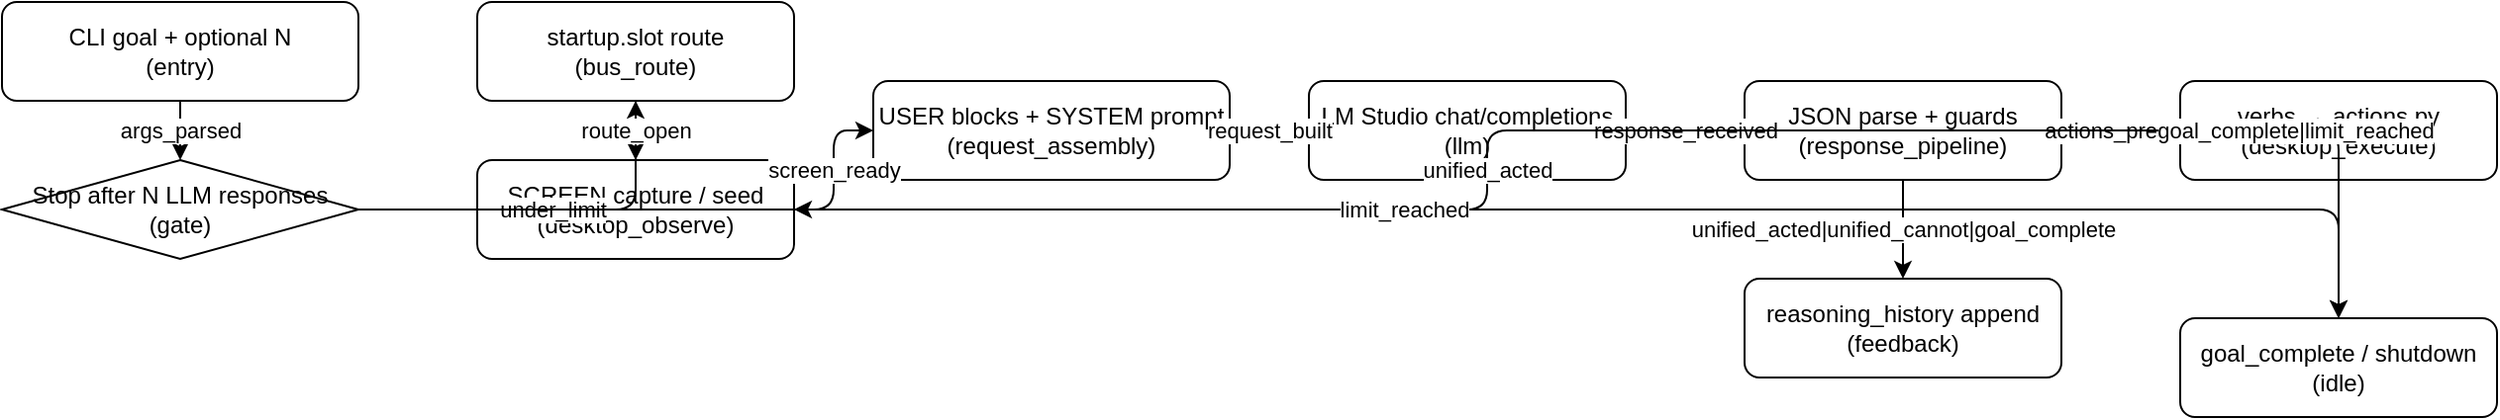
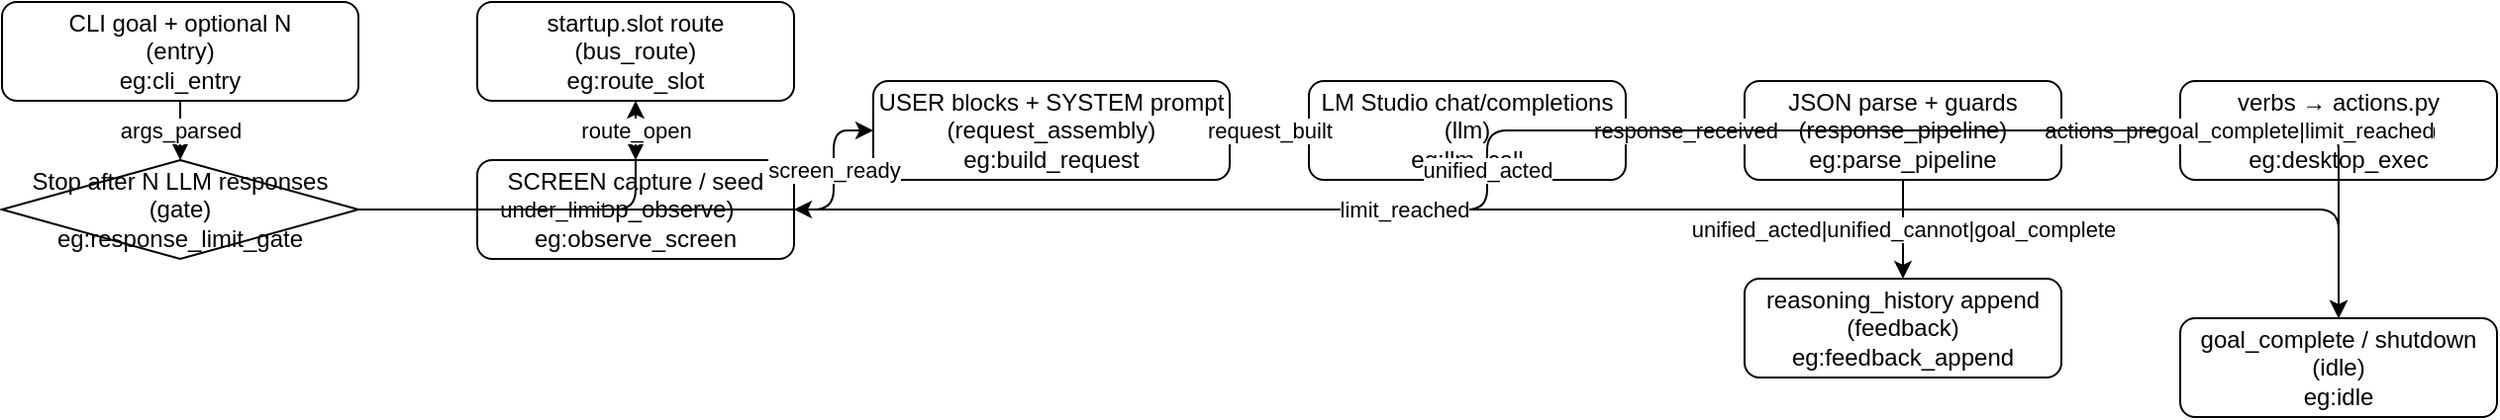
<?xml version="1.0" encoding="UTF-8"?>
- <mxfile host="endgame-ai">
-   <diagram name="wiring-topology">
+ <mxfile host="endgame-ai" agent="endgame-topology/v1" version="1.0" type="device">
+   <diagram id="topology" name="topology">
    <mxGraphModel dx="1200" dy="800" grid="1" gridSize="10">
      <root>
        <mxCell id="0" />
        <mxCell id="1" parent="0" />
-         <mxCell id="2" value="CLI goal + optional N&#10;(entry)" style="rounded=1;whiteSpace=wrap;html=1;" vertex="1" parent="1">
+         <mxCell id="2" value="CLI goal + optional N&#10;(entry)&#10;eg:cli_entry" style="rounded=1;whiteSpace=wrap;html=1;" vertex="1" parent="1">
          <mxGeometry x="40" y="40" width="180" height="50" as="geometry" />
        </mxCell>
-         <mxCell id="3" value="Stop after N LLM responses&#10;(gate)" style="rhombus;whiteSpace=wrap;html=1;" vertex="1" parent="1">
+         <mxCell id="3" value="Stop after N LLM responses&#10;(gate)&#10;eg:response_limit_gate" style="rhombus;whiteSpace=wrap;html=1;" vertex="1" parent="1">
          <mxGeometry x="40" y="120" width="180" height="50" as="geometry" />
        </mxCell>
-         <mxCell id="4" value="startup.slot route&#10;(bus_route)" style="rounded=1;whiteSpace=wrap;html=1;" vertex="1" parent="1">
+         <mxCell id="4" value="startup.slot route&#10;(bus_route)&#10;eg:route_slot" style="rounded=1;whiteSpace=wrap;html=1;" vertex="1" parent="1">
          <mxGeometry x="280" y="40" width="160" height="50" as="geometry" />
        </mxCell>
-         <mxCell id="5" value="SCREEN capture / seed&#10;(desktop_observe)" style="rounded=1;whiteSpace=wrap;html=1;" vertex="1" parent="1">
+         <mxCell id="5" value="SCREEN capture / seed&#10;(desktop_observe)&#10;eg:observe_screen" style="rounded=1;whiteSpace=wrap;html=1;" vertex="1" parent="1">
          <mxGeometry x="280" y="120" width="160" height="50" as="geometry" />
        </mxCell>
-         <mxCell id="6" value="USER blocks + SYSTEM prompt&#10;(request_assembly)" style="rounded=1;whiteSpace=wrap;html=1;" vertex="1" parent="1">
+         <mxCell id="6" value="USER blocks + SYSTEM prompt&#10;(request_assembly)&#10;eg:build_request" style="rounded=1;whiteSpace=wrap;html=1;" vertex="1" parent="1">
          <mxGeometry x="480" y="80" width="180" height="50" as="geometry" />
        </mxCell>
-         <mxCell id="7" value="LM Studio chat/completions&#10;(llm)" style="rounded=1;whiteSpace=wrap;html=1;" vertex="1" parent="1">
+         <mxCell id="7" value="LM Studio chat/completions&#10;(llm)&#10;eg:llm_call" style="rounded=1;whiteSpace=wrap;html=1;" vertex="1" parent="1">
          <mxGeometry x="700" y="80" width="160" height="50" as="geometry" />
        </mxCell>
-         <mxCell id="8" value="JSON parse + guards&#10;(response_pipeline)" style="rounded=1;whiteSpace=wrap;html=1;" vertex="1" parent="1">
+         <mxCell id="8" value="JSON parse + guards&#10;(response_pipeline)&#10;eg:parse_pipeline" style="rounded=1;whiteSpace=wrap;html=1;" vertex="1" parent="1">
          <mxGeometry x="920" y="80" width="160" height="50" as="geometry" />
        </mxCell>
-         <mxCell id="9" value="reasoning_history append&#10;(feedback)" style="rounded=1;whiteSpace=wrap;html=1;" vertex="1" parent="1">
+         <mxCell id="9" value="reasoning_history append&#10;(feedback)&#10;eg:feedback_append" style="rounded=1;whiteSpace=wrap;html=1;" vertex="1" parent="1">
          <mxGeometry x="920" y="180" width="160" height="50" as="geometry" />
        </mxCell>
-         <mxCell id="10" value="verbs → actions.py&#10;(desktop_execute)" style="rounded=1;whiteSpace=wrap;html=1;" vertex="1" parent="1">
+         <mxCell id="10" value="verbs → actions.py&#10;(desktop_execute)&#10;eg:desktop_exec" style="rounded=1;whiteSpace=wrap;html=1;" vertex="1" parent="1">
          <mxGeometry x="1140" y="80" width="160" height="50" as="geometry" />
        </mxCell>
-         <mxCell id="11" value="goal_complete / shutdown&#10;(idle)" style="rounded=1;whiteSpace=wrap;html=1;" vertex="1" parent="1">
+         <mxCell id="11" value="goal_complete / shutdown&#10;(idle)&#10;eg:idle" style="rounded=1;whiteSpace=wrap;html=1;" vertex="1" parent="1">
          <mxGeometry x="1140" y="200" width="160" height="50" as="geometry" />
        </mxCell>
        <mxCell id="12" value="args_parsed" style="edgeStyle=orthogonalEdgeStyle;html=1;" edge="1" parent="1" source="2" target="3">
          <mxGeometry relative="1" as="geometry" />
        </mxCell>
        <mxCell id="13" value="under_limit" style="edgeStyle=orthogonalEdgeStyle;html=1;" edge="1" parent="1" source="3" target="4">
          <mxGeometry relative="1" as="geometry" />
        </mxCell>
        <mxCell id="14" value="route_open" style="edgeStyle=orthogonalEdgeStyle;html=1;" edge="1" parent="1" source="4" target="5">
          <mxGeometry relative="1" as="geometry" />
        </mxCell>
        <mxCell id="15" value="screen_ready" style="edgeStyle=orthogonalEdgeStyle;html=1;" edge="1" parent="1" source="5" target="6">
          <mxGeometry relative="1" as="geometry" />
        </mxCell>
        <mxCell id="16" value="request_built" style="edgeStyle=orthogonalEdgeStyle;html=1;" edge="1" parent="1" source="6" target="7">
          <mxGeometry relative="1" as="geometry" />
        </mxCell>
        <mxCell id="17" value="response_received" style="edgeStyle=orthogonalEdgeStyle;html=1;" edge="1" parent="1" source="7" target="8">
          <mxGeometry relative="1" as="geometry" />
        </mxCell>
        <mxCell id="18" value="unified_acted|unified_cannot|goal_complete" style="edgeStyle=orthogonalEdgeStyle;html=1;" edge="1" parent="1" source="8" target="9">
          <mxGeometry relative="1" as="geometry" />
        </mxCell>
        <mxCell id="19" value="actions_present" style="edgeStyle=orthogonalEdgeStyle;html=1;" edge="1" parent="1" source="8" target="10">
          <mxGeometry relative="1" as="geometry" />
        </mxCell>
        <mxCell id="20" value="unified_acted" style="edgeStyle=orthogonalEdgeStyle;html=1;" edge="1" parent="1" source="10" target="5">
          <mxGeometry relative="1" as="geometry" />
        </mxCell>
        <mxCell id="21" value="goal_complete|limit_reached" style="edgeStyle=orthogonalEdgeStyle;html=1;" edge="1" parent="1" source="8" target="11">
          <mxGeometry relative="1" as="geometry" />
        </mxCell>
        <mxCell id="22" value="limit_reached" style="edgeStyle=orthogonalEdgeStyle;html=1;" edge="1" parent="1" source="3" target="11">
          <mxGeometry relative="1" as="geometry" />
        </mxCell>
      </root>
    </mxGraphModel>
  </diagram>
+   <diagram id="endgame-config" name="_config">
+     <mxGraphModel dx="800" dy="600" grid="1" gridSize="10">
+       <root>
+         <mxCell id="0" />
+         <mxCell id="1" parent="0" />
+         <mxCell id="2" value="endgame-json:ewogICJzY2hlbWEiOiAiZW5kZ2FtZS10b3BvbG9neS92MSIsCiAgImluc3RhbmNlIjogewogICAgInJvbGUiOiAibWFuYWdlciIKICB9LAogICJydW50aW1lIjogewogICAgImVudHJ5IjogInR1aSIsCiAgICAiZGVza3RvcCI6IHsKICAgICAgImVuYWJsZWQiOiB0cnVlCiAgICB9LAogICAgImNsaSI6IHsKICAgICAgImdvYWwiOiB7CiAgICAgICAgInR5cGUiOiAicG9zaXRpb25hbCIsCiAgICAgICAgIm5hcmdzIjogIioiLAogICAgICAgICJqb2luIjogIiAiCiAgICAgIH0sCiAgICAgICJyZXNwb25zZV9saW1pdCI6IHsKICAgICAgICAidHlwZSI6ICJ0cmFpbGluZ19wb3NpdGl2ZV9pbnQiLAogICAgICAgICJhZnRlciI6ICJnb2FsIiwKICAgICAgICAiZGVzY3JpcHRpb24iOiAiRXhpdCBhZnRlciBOIExMTSByZXNwb25zZXMgKHNtb2tlL2RlYnVnIG1vZGUpIgogICAgICB9LAogICAgICAibm9fZGVza3RvcCI6IHsKICAgICAgICAidHlwZSI6ICJmbGFnIiwKICAgICAgICAiZmxhZyI6ICItLW5vLWRlc2t0b3AiLAogICAgICAgICJzZXRzIjogewogICAgICAgICAgInJ1bnRpbWUuZGVza3RvcC5lbmFibGVkIjogZmFsc2UKICAgICAgICB9CiAgICAgIH0KICAgIH0KICB9LAogICJzdGFydHVwIjogewogICAgIm9uX2dvYWwiOiAicm91dGVfdG9fc2xvdCIsCiAgICAic2xvdCI6ICJpbXBsZW1lbnRvciIsCiAgICAiY2lyY3VpdCI6ICJ1bmlmaWVkIgogIH0sCiAgInRvcG9sb2d5IjogewogICAgIm5vZGVzIjogWwogICAgICB7CiAgICAgICAgImlkIjogImNsaV9lbnRyeSIsCiAgICAgICAgInR5cGUiOiAiZW50cnkiLAogICAgICAgICJsYWJlbCI6ICJDTEkgZ29hbCArIG9wdGlvbmFsIE4iLAogICAgICAgICJkcmF3aW8iOiB7CiAgICAgICAgICAieCI6IDQwLAogICAgICAgICAgInkiOiA0MCwKICAgICAgICAgICJ3IjogMTgwLAogICAgICAgICAgImgiOiA1MAogICAgICAgIH0KICAgICAgfSwKICAgICAgewogICAgICAgICJpZCI6ICJyZXNwb25zZV9saW1pdF9nYXRlIiwKICAgICAgICAidHlwZSI6ICJnYXRlIiwKICAgICAgICAibGFiZWwiOiAiU3RvcCBhZnRlciBOIExMTSByZXNwb25zZXMiLAogICAgICAgICJkcmF3aW8iOiB7CiAgICAgICAgICAieCI6IDQwLAogICAgICAgICAgInkiOiAxMjAsCiAgICAgICAgICAidyI6IDE4MCwKICAgICAgICAgICJoIjogNTAsCiAgICAgICAgICAic3R5bGUiOiAicmhvbWJ1czt3aGl0ZVNwYWNlPXdyYXA7aHRtbD0xOyIKICAgICAgICB9CiAgICAgIH0sCiAgICAgIHsKICAgICAgICAiaWQiOiAicm91dGVfc2xvdCIsCiAgICAgICAgInR5cGUiOiAiYnVzX3JvdXRlIiwKICAgICAgICAibGFiZWwiOiAic3RhcnR1cC5zbG90IHJvdXRlIiwKICAgICAgICAiZHJhd2lvIjogewogICAgICAgICAgIngiOiAyODAsCiAgICAgICAgICAieSI6IDQwLAogICAgICAgICAgInciOiAxNjAsCiAgICAgICAgICAiaCI6IDUwCiAgICAgICAgfQogICAgICB9LAogICAgICB7CiAgICAgICAgImlkIjogIm9ic2VydmVfc2NyZWVuIiwKICAgICAgICAidHlwZSI6ICJkZXNrdG9wX29ic2VydmUiLAogICAgICAgICJsYWJlbCI6ICJTQ1JFRU4gY2FwdHVyZSAvIHNlZWQiLAogICAgICAgICJkcmF3aW8iOiB7CiAgICAgICAgICAieCI6IDI4MCwKICAgICAgICAgICJ5IjogMTIwLAogICAgICAgICAgInciOiAxNjAsCiAgICAgICAgICAiaCI6IDUwCiAgICAgICAgfQogICAgICB9LAogICAgICB7CiAgICAgICAgImlkIjogImJ1aWxkX3JlcXVlc3QiLAogICAgICAgICJ0eXBlIjogInJlcXVlc3RfYXNzZW1ibHkiLAogICAgICAgICJsYWJlbCI6ICJVU0VSIGJsb2NrcyArIFNZU1RFTSBwcm9tcHQiLAogICAgICAgICJkcmF3aW8iOiB7CiAgICAgICAgICAieCI6IDQ4MCwKICAgICAgICAgICJ5IjogODAsCiAgICAgICAgICAidyI6IDE4MCwKICAgICAgICAgICJoIjogNTAKICAgICAgICB9CiAgICAgIH0sCiAgICAgIHsKICAgICAgICAiaWQiOiAibGxtX2NhbGwiLAogICAgICAgICJ0eXBlIjogImxsbSIsCiAgICAgICAgImxhYmVsIjogIkxNIFN0dWRpbyBjaGF0L2NvbXBsZXRpb25zIiwKICAgICAgICAiZHJhd2lvIjogewogICAgICAgICAgIngiOiA3MDAsCiAgICAgICAgICAieSI6IDgwLAogICAgICAgICAgInciOiAxNjAsCiAgICAgICAgICAiaCI6IDUwCiAgICAgICAgfQogICAgICB9LAogICAgICB7CiAgICAgICAgImlkIjogInBhcnNlX3BpcGVsaW5lIiwKICAgICAgICAidHlwZSI6ICJyZXNwb25zZV9waXBlbGluZSIsCiAgICAgICAgImxhYmVsIjogIkpTT04gcGFyc2UgKyBndWFyZHMiLAogICAgICAgICJkcmF3aW8iOiB7CiAgICAgICAgICAieCI6IDkyMCwKICAgICAgICAgICJ5IjogODAsCiAgICAgICAgICAidyI6IDE2MCwKICAgICAgICAgICJoIjogNTAKICAgICAgICB9CiAgICAgIH0sCiAgICAgIHsKICAgICAgICAiaWQiOiAiZmVlZGJhY2tfYXBwZW5kIiwKICAgICAgICAidHlwZSI6ICJmZWVkYmFjayIsCiAgICAgICAgImxhYmVsIjogInJlYXNvbmluZ19oaXN0b3J5IGFwcGVuZCIsCiAgICAgICAgImRyYXdpbyI6IHsKICAgICAgICAgICJ4IjogOTIwLAogICAgICAgICAgInkiOiAxODAsCiAgICAgICAgICAidyI6IDE2MCwKICAgICAgICAgICJoIjogNTAKICAgICAgICB9CiAgICAgIH0sCiAgICAgIHsKICAgICAgICAiaWQiOiAiZGVza3RvcF9leGVjIiwKICAgICAgICAidHlwZSI6ICJkZXNrdG9wX2V4ZWN1dGUiLAogICAgICAgICJsYWJlbCI6ICJ2ZXJicyDihpIgYWN0aW9ucy5weSIsCiAgICAgICAgImRyYXdpbyI6IHsKICAgICAgICAgICJ4IjogMTE0MCwKICAgICAgICAgICJ5IjogODAsCiAgICAgICAgICAidyI6IDE2MCwKICAgICAgICAgICJoIjogNTAKICAgICAgICB9CiAgICAgIH0sCiAgICAgIHsKICAgICAgICAiaWQiOiAiaWRsZSIsCiAgICAgICAgInR5cGUiOiAiaWRsZSIsCiAgICAgICAgImxhYmVsIjogImdvYWxfY29tcGxldGUgLyBzaHV0ZG93biIsCiAgICAgICAgImRyYXdpbyI6IHsKICAgICAgICAgICJ4IjogMTE0MCwKICAgICAgICAgICJ5IjogMjAwLAogICAgICAgICAgInciOiAxNjAsCiAgICAgICAgICAiaCI6IDUwCiAgICAgICAgfQogICAgICB9CiAgICBdLAogICAgImVkZ2VzIjogWwogICAgICB7CiAgICAgICAgImZyb20iOiAiY2xpX2VudHJ5IiwKICAgICAgICAidG8iOiAicmVzcG9uc2VfbGltaXRfZ2F0ZSIsCiAgICAgICAgIm9uIjogImFyZ3NfcGFyc2VkIgogICAgICB9LAogICAgICB7CiAgICAgICAgImZyb20iOiAicmVzcG9uc2VfbGltaXRfZ2F0ZSIsCiAgICAgICAgInRvIjogInJvdXRlX3Nsb3QiLAogICAgICAgICJvbiI6ICJ1bmRlcl9saW1pdCIKICAgICAgfSwKICAgICAgewogICAgICAgICJmcm9tIjogInJvdXRlX3Nsb3QiLAogICAgICAgICJ0byI6ICJvYnNlcnZlX3NjcmVlbiIsCiAgICAgICAgIm9uIjogInJvdXRlX29wZW4iCiAgICAgIH0sCiAgICAgIHsKICAgICAgICAiZnJvbSI6ICJvYnNlcnZlX3NjcmVlbiIsCiAgICAgICAgInRvIjogImJ1aWxkX3JlcXVlc3QiLAogICAgICAgICJvbiI6ICJzY3JlZW5fcmVhZHkiCiAgICAgIH0sCiAgICAgIHsKICAgICAgICAiZnJvbSI6ICJidWlsZF9yZXF1ZXN0IiwKICAgICAgICAidG8iOiAibGxtX2NhbGwiLAogICAgICAgICJvbiI6ICJyZXF1ZXN0X2J1aWx0IgogICAgICB9LAogICAgICB7CiAgICAgICAgImZyb20iOiAibGxtX2NhbGwiLAogICAgICAgICJ0byI6ICJwYXJzZV9waXBlbGluZSIsCiAgICAgICAgIm9uIjogInJlc3BvbnNlX3JlY2VpdmVkIgogICAgICB9LAogICAgICB7CiAgICAgICAgImZyb20iOiAicGFyc2VfcGlwZWxpbmUiLAogICAgICAgICJ0byI6ICJmZWVkYmFja19hcHBlbmQiLAogICAgICAgICJvbiI6ICJ1bmlmaWVkX2FjdGVkfHVuaWZpZWRfY2Fubm90fGdvYWxfY29tcGxldGUiCiAgICAgIH0sCiAgICAgIHsKICAgICAgICAiZnJvbSI6ICJwYXJzZV9waXBlbGluZSIsCiAgICAgICAgInRvIjogImRlc2t0b3BfZXhlYyIsCiAgICAgICAgIm9uIjogImFjdGlvbnNfcHJlc2VudCIKICAgICAgfSwKICAgICAgewogICAgICAgICJmcm9tIjogImRlc2t0b3BfZXhlYyIsCiAgICAgICAgInRvIjogIm9ic2VydmVfc2NyZWVuIiwKICAgICAgICAib24iOiAidW5pZmllZF9hY3RlZCIKICAgICAgfSwKICAgICAgewogICAgICAgICJmcm9tIjogInBhcnNlX3BpcGVsaW5lIiwKICAgICAgICAidG8iOiAiaWRsZSIsCiAgICAgICAgIm9uIjogImdvYWxfY29tcGxldGV8bGltaXRfcmVhY2hlZCIKICAgICAgfSwKICAgICAgewogICAgICAgICJmcm9tIjogInJlc3BvbnNlX2xpbWl0X2dhdGUiLAogICAgICAgICJ0byI6ICJpZGxlIiwKICAgICAgICAib24iOiAibGltaXRfcmVhY2hlZCIKICAgICAgfQogICAgXQogIH0sCiAgImxpbWl0cyI6IHsKICAgICJtYXhfYXR0ZW1wdHMiOiA1LAogICAgInJlYXNvbmluZ19oaXN0b3J5X2RlcHRoIjogMjAsCiAgICAiYnVzX21heF9yZWNvcmRzIjogMjAwLAogICAgImJ1c19jaGVja190aHJvdHRsZV9zIjogMywKICAgICJvYnNlcnZlX2ludGVydmFsX3MiOiAyCiAgfSwKICAic2xvdHMiOiB7CiAgICAiaW1wbGVtZW50b3IiOiB7CiAgICAgICJlbmFibGVkIjogdHJ1ZSwKICAgICAgImNhbl9kZXNrdG9wIjogdHJ1ZSwKICAgICAgIm1vZGUiOiAidW5pZmllZCIKICAgIH0KICB9LAogICJjaXJjdWl0cyI6IHsKICAgICJ1bmlmaWVkIjogewogICAgICAicHJvbXB0IjogInVuaWZpZWQudHh0IiwKICAgICAgInByb21wdF9zd2FwIjogWwogICAgICAgIHsKICAgICAgICAgICJ3aGVuIjogWwogICAgICAgICAgICAiTUFOQUdFUi5tZCIsCiAgICAgICAgICAgICJzdHVkZW50IGluc3RhbmNlIiwKICAgICAgICAgICAgInBlZXIgaW5zdGFuY2UiLAogICAgICAgICAgICAibWFuYWdlIHN0dWRlbnQiLAogICAgICAgICAgICAib3V0ZXIgY29udHJvbGxlciIsCiAgICAgICAgICAgICJsYXVuY2ggdGhlIHN0dWRlbnQiLAogICAgICAgICAgICAibGF1bmNoIHN0dWRlbnQiLAogICAgICAgICAgICAib3JjaGVzdHJhdGUgdGhlIHN0dWRlbnQiLAogICAgICAgICAgICAib3JjaGVzdHJhdGUgc3R1ZGVudCIsCiAgICAgICAgICAgICJydW4gYW5kIG1hbmFnZSIKICAgICAgICAgIF0sCiAgICAgICAgICAicHJvbXB0IjogIm1hbmFnZXIudHh0IgogICAgICAgIH0KICAgICAgXQogICAgfQogIH0sCiAgInJlcXVlc3QiOiB7CiAgICAidW5pZmllZCI6IHsKICAgICAgInN5c3RlbSI6IHsKICAgICAgICAic291cmNlIjogInByb21wdF9maWxlIiwKICAgICAgICAiZmlsZSI6ICJ1bmlmaWVkLnR4dCIsCiAgICAgICAgInN3YXBfcmVmIjogImNpcmN1aXRzLnVuaWZpZWQucHJvbXB0X3N3YXAiCiAgICAgIH0sCiAgICAgICJ1c2VyIjogewogICAgICAgICJzZXBhcmF0b3IiOiAiXG4iLAogICAgICAgICJibG9ja3MiOiBbCiAgICAgICAgICB7CiAgICAgICAgICAgICJpZCI6ICJnb2FsIiwKICAgICAgICAgICAgImxhYmVsIjogIkdPQUwiLAogICAgICAgICAgICAic291cmNlIjogInN0YXRlLmdvYWwiLAogICAgICAgICAgICAiYWx3YXlzIjogdHJ1ZQogICAgICAgICAgfSwKICAgICAgICAgIHsKICAgICAgICAgICAgImlkIjogInNjcmVlbiIsCiAgICAgICAgICAgICJsYWJlbCI6ICJTQ1JFRU4iLAogICAgICAgICAgICAic291cmNlIjogInN0YXRlLnNjcmVlbiIsCiAgICAgICAgICAgICJlbXB0eV90ZW1wbGF0ZSI6ICIobm8gU0NSRUVOIGNhcHR1cmVkIOKAlCBhc3N1bWUgYmFyZSBXaW5kb3dzIGRlc2t0b3A7IFJ1biBkaWFsb2cgbm90IHZpc2libGU7IG5vIGFwcGxpY2F0aW9uIHdpbmRvd3Mgb3BlbikiCiAgICAgICAgICB9LAogICAgICAgICAgewogICAgICAgICAgICAiaWQiOiAibGFzdF9lcnJvciIsCiAgICAgICAgICAgICJsYWJlbCI6ICJMQVNUIEVSUk9SIiwKICAgICAgICAgICAgInNvdXJjZSI6ICJzdGF0ZS5sYXN0X2Vycm9yIgogICAgICAgICAgfSwKICAgICAgICAgIHsKICAgICAgICAgICAgImlkIjogImxhc3RfcmVhc29uaW5nIiwKICAgICAgICAgICAgImxhYmVsIjogIkxBU1QgUkVBU09OSU5HIiwKICAgICAgICAgICAgInNvdXJjZSI6ICJzdGF0ZS5sYXN0X3JlYXNvbmluZyIKICAgICAgICAgIH0sCiAgICAgICAgICB7CiAgICAgICAgICAgICJpZCI6ICJ3b3Jrc3BhY2UiLAogICAgICAgICAgICAibGFiZWwiOiAiV09SS1NQQUNFIiwKICAgICAgICAgICAgInNvdXJjZSI6ICJzdGF0ZS53b3Jrc3BhY2UiLAogICAgICAgICAgICAiZXhlY3V0b3JfcHJlZml4IjogIk1PREU6IGV4ZWN1dG9yIOKAlCBhY3Qgb24gVEhJUyBkZXNrdG9wIHlvdXJzZWxmOyBkbyBub3QgZGVsZWdhdGUiLAogICAgICAgICAgICAibWFuYWdlcl9wcmVmaXgiOiAiUk9MRToge3JvbGV9IOKAlCBvcmNoZXN0cmF0ZSBwZWVyIG9uIGRlc2t0b3AgKG1hbmFnZXIgcHJvbXB0IGFjdGl2ZSkiCiAgICAgICAgICB9CiAgICAgICAgXQogICAgICB9CiAgICB9CiAgfSwKICAicmVzcG9uc2UiOiB7CiAgICAidW5pZmllZCI6IHsKICAgICAgInBpcGVsaW5lIjogWwogICAgICAgIHsKICAgICAgICAgICJzdGVwIjogInBhcnNlX2pzb24iLAogICAgICAgICAgImZyb20iOiBbCiAgICAgICAgICAgICJjb250ZW50IiwKICAgICAgICAgICAgInJlYXNvbmluZ19jb250ZW50IgogICAgICAgICAgXSwKICAgICAgICAgICJvbl9mYWlsIjogInVuaWZpZWRfZXJyb3IiLAogICAgICAgICAgImVycm9yIjogInBhcnNlX2ZhaWxlZDogcmVzcG9uZCB3aXRoIEpTT04gb25seSwgbm8gcHJvc2UiCiAgICAgICAgfSwKICAgICAgICB7CiAgICAgICAgICAic3RlcCI6ICJleHRyYWN0X2ZpZWxkcyIsCiAgICAgICAgICAib25fZmFpbCI6ICJ1bmlmaWVkX2Vycm9yIgogICAgICAgIH0sCiAgICAgICAgewogICAgICAgICAgInN0ZXAiOiAiYnJhbmNoX2NvbmNsdXNpb24iCiAgICAgICAgfQogICAgICBdLAogICAgICAiZ3VhcmRzIjogewogICAgICAgICJwcmVtYXR1cmVfZG9uZSI6IHsKICAgICAgICAgICJnb2FsX2tleXdvcmRzIjogWwogICAgICAgICAgICAidHlwZSIsCiAgICAgICAgICAgICJ3cml0ZSIsCiAgICAgICAgICAgICJlbnRlciB0ZXh0IgogICAgICAgICAgXSwKICAgICAgICAgICJyZXF1aXJlZF9vdXRjb21lcyI6IFsKICAgICAgICAgICAgIndyaXRlIiwKICAgICAgICAgICAgInR5cGVkIgogICAgICAgICAgXSwKICAgICAgICAgICJvdmVycmlkZV9vdXRjb21lIjogIlNZU1RFTTogZ29hbCByZXF1aXJlcyB0eXBpbmcgYnV0IG5vIHdyaXRlIHdhcyBkb25lIHlldCIKICAgICAgICB9LAogICAgICAgICJyZXBlYXRfYmxvY2siOiB7CiAgICAgICAgICAiYmxvY2tfaWZfb3V0Y29tZV9jb250YWlucyI6ICJPSyIKICAgICAgICB9LAogICAgICAgICJhZHZhbmNlX2hpbnRzIjogWwogICAgICAgICAgewogICAgICAgICAgICAidmVyYiI6ICJob3RrZXkiLAogICAgICAgICAgICAidGFyZ2V0X2NvbnRhaW5zIjogWwogICAgICAgICAgICAgICJ3aW4iCiAgICAgICAgICAgIF0sCiAgICAgICAgICAgICJzY3JlZW5fY29udGFpbnMiOiBbCiAgICAgICAgICAgICAgInJ1biIsCiAgICAgICAgICAgICAgImNvbWJvIGJveCBcIm9wZW4iLAogICAgICAgICAgICAgICJvcGVuOiIKICAgICAgICAgICAgXSwKICAgICAgICAgICAgImhpbnQiOiAiTkVYVCBSRVFVSVJFRDogd3JpdGUgQVBQTElDQVRJT04gTkFNRSAoZS5nLiBjaHJvbWUpIGludG8gUnVuIE9wZW4gZmllbGQg4oCUIE5PVCBob3RrZXkgYWdhaW4iCiAgICAgICAgICB9LAogICAgICAgICAgewogICAgICAgICAgICAidmVyYiI6ICJob3RrZXkiLAogICAgICAgICAgICAidGFyZ2V0X2NvbnRhaW5zIjogWwogICAgICAgICAgICAgICJ3aW4iCiAgICAgICAgICAgIF0sCiAgICAgICAgICAgICJoaW50IjogIk5FWFQgUkVRVUlSRUQ6IHdyaXRlIGFwcCBuYW1lIGludG8gUnVuIE9wZW4gZmllbGQgb3IgZm9jdXMgZXhpc3Rpbmcgd2luZG93IGZyb20gU0NSRUVOIgogICAgICAgICAgfSwKICAgICAgICAgIHsKICAgICAgICAgICAgInZlcmIiOiAid3JpdGUiLAogICAgICAgICAgICAic2NyZWVuX2NvbnRhaW5zIjogWwogICAgICAgICAgICAgICJydW4iLAogICAgICAgICAgICAgICJjb21ibyBib3ggXCJvcGVuIgogICAgICAgICAgICBdLAogICAgICAgICAgICAiaGludCI6ICJORVhUIFJFUVVJUkVEOiBwcmVzcyBlbnRlciBvciBjbGljayBPSyB0byBsYXVuY2ggdGhlIGFwcGxpY2F0aW9uIgogICAgICAgICAgfSwKICAgICAgICAgIHsKICAgICAgICAgICAgInZlcmIiOiAid3JpdGUiLAogICAgICAgICAgICAic2NyZWVuX2NvbnRhaW5zIjogWwogICAgICAgICAgICAgICJjaHJvbWUiLAogICAgICAgICAgICAgICJhZGRyZXNzIGFuZCBzZWFyY2giCiAgICAgICAgICAgIF0sCiAgICAgICAgICAgICJoaW50IjogIk5FWFQgUkVRVUlSRUQ6IHByZXNzIGVudGVyIGFmdGVyIFVSTCwgb3Igd3JpdGUgc2VhcmNoIHF1ZXJ5IGluIGFkZHJlc3MgYmFyIgogICAgICAgICAgfSwKICAgICAgICAgIHsKICAgICAgICAgICAgInZlcmIiOiAicHJlc3MiLAogICAgICAgICAgICAic2NyZWVuX2NvbnRhaW5zIjogWwogICAgICAgICAgICAgICJydW4iCiAgICAgICAgICAgIF0sCiAgICAgICAgICAgICJoaW50IjogIk5FWFQgUkVRVUlSRUQ6IHdyaXRlIEFQUExJQ0FUSU9OIE5BTUUgaW4gT3BlbiBmaWVsZCBiZWZvcmUgcHJlc3NpbmcgT0siCiAgICAgICAgICB9LAogICAgICAgICAgewogICAgICAgICAgICAidmVyYiI6ICJjbGljayIsCiAgICAgICAgICAgICJzY3JlZW5fY29udGFpbnMiOiBbCiAgICAgICAgICAgICAgInJ1biIKICAgICAgICAgICAgXSwKICAgICAgICAgICAgImhpbnQiOiAiTkVYVCBSRVFVSVJFRDogd3JpdGUgQVBQTElDQVRJT04gTkFNRSBpbiBPcGVuIGZpZWxkIGJlZm9yZSBwcmVzc2luZyBPSyIKICAgICAgICAgIH0sCiAgICAgICAgICB7CiAgICAgICAgICAgICJ2ZXJiIjogImZvY3VzIiwKICAgICAgICAgICAgImhpbnQiOiAiTkVYVCBSRVFVSVJFRDogb3BlbiBhcHAgdmlhIHdpbityIOKGkiB3cml0ZSBhcHAgbmFtZSDihpIgZW50ZXI7IG9yIGNsaWNrIGVsZW1lbnQgYnkgW0lEXSBmcm9tIFNDUkVFTiIKICAgICAgICAgIH0KICAgICAgICBdLAogICAgICAgICJhZHZhbmNlX2hpbnRzX2RlZmF1bHQiOiAiTkVYVCBSRVFVSVJFRDogZGlmZmVyZW50IHZlcmIrdGFyZ2V0IOKAlCBwcmlvciBhY3Rpb24gYWxyZWFkeSBzdWNjZWVkZWQsIHJlYWQgU0NSRUVOIgogICAgICB9CiAgICB9CiAgfSwKICAiZmVlZGJhY2siOiB7CiAgICAicmVhc29uaW5nIjogewogICAgICAiZGVwdGhfZnJvbV9saW1pdHMiOiAicmVhc29uaW5nX2hpc3RvcnlfZGVwdGgiLAogICAgICAiaW5qZWN0X2Jsb2NrIjogImxhc3RfcmVhc29uaW5nIiwKICAgICAgImVudHJ5X2Zvcm1hdCI6ICJbYXR0ZW1wdF0ge3JlYXNvbmluZ30g4oaSIHtvdXRjb21lfSIsCiAgICAgICJhcHBlbmRfb25fZXZlbnRzIjogWwogICAgICAgICJ1bmlmaWVkX2FjdGVkIiwKICAgICAgICAidW5pZmllZF9jYW5ub3QiLAogICAgICAgICJnb2FsX2NvbXBsZXRlIgogICAgICBdCiAgICB9CiAgfSwKICAiY29udGV4dCI6IHsKICAgICJzY3JlZW5fZW1wdHkiOiAiKG5vIFNDUkVFTiBjYXB0dXJlZCDigJQgYXNzdW1lIGJhcmUgV2luZG93cyBkZXNrdG9wOyBSdW4gZGlhbG9nIG5vdCB2aXNpYmxlOyBubyBhcHBsaWNhdGlvbiB3aW5kb3dzIG9wZW4pIiwKICAgICJzY3JlZW5fZGlzYWJsZWQiOiAiKGRlc2t0b3Agb2JzZXJ2YXRpb24gZGlzYWJsZWQg4oCUIGFzc3VtZSBiYXJlIFdpbmRvd3MgZGVza3RvcDsgUnVuIGRpYWxvZyBub3QgdmlzaWJsZTsgbm8gYXBwbGljYXRpb24gd2luZG93cyBvcGVuKSIKICB9LAogICJ0cmFuc2l0aW9ucyI6IHsKICAgICJkZWZhdWx0IjogInVuaWZpZWQiLAogICAgInVuaWZpZWRfYWN0ZWQiOiAidW5pZmllZCIsCiAgICAidW5pZmllZF9lcnJvciI6ICJ1bmlmaWVkIiwKICAgICJ1bmlmaWVkX2Nhbm5vdCI6ICJ1bmlmaWVkIiwKICAgICJnb2FsX2NvbXBsZXRlIjogImlkbGUiLAogICAgInVuaWZpZWRfZG9uZSI6ICJpZGxlIgogIH0sCiAgInZlcmJzIjogewogICAgImNsaWNrIjogewogICAgICAidGFyZ2V0X2ZpZWxkIjogInRhcmdldCIKICAgIH0sCiAgICAid3JpdGUiOiB7CiAgICAgICJ0YXJnZXRfZmllbGQiOiAidGFyZ2V0IiwKICAgICAgInZhbHVlX2ZpZWxkIjogInZhbHVlIgogICAgfSwKICAgICJwcmVzcyI6IHsKICAgICAgImtleV9maWVsZCI6ICJ0YXJnZXQiCiAgICB9LAogICAgImhvdGtleSI6IHsKICAgICAgImtleV9maWVsZCI6ICJ0YXJnZXQiCiAgICB9LAogICAgInNjcm9sbCI6IHsKICAgICAgInRhcmdldF9maWVsZCI6ICJ0YXJnZXQiLAogICAgICAiYW1vdW50X2ZpZWxkIjogInZhbHVlIgogICAgfSwKICAgICJmb2N1cyI6IHsKICAgICAgInRpdGxlX2ZpZWxkIjogInRhcmdldCIKICAgIH0KICB9Cn0=" style="text;html=1;strokeColor=none;fillColor=#f5f5f5;align=left;verticalAlign=top;whiteSpace=wrap;" vertex="1" parent="1">
+           <mxGeometry x="0" y="0" width="1200" height="2400" as="geometry" />
+         </mxCell>
+       </root>
+     </mxGraphModel>
+   </diagram>
</mxfile>